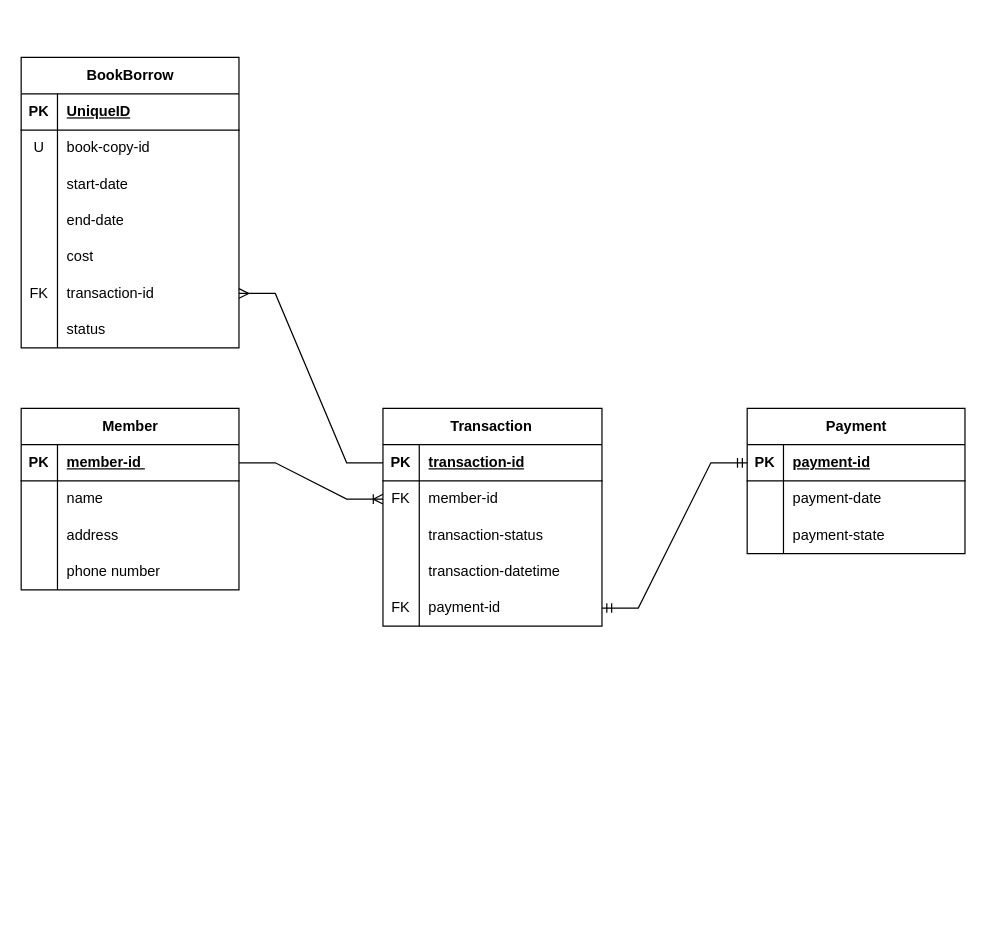
jprajwal/library-management-system keeps this draw.io diagram as page "book-lending-entity-relationship-diagram" (4 of 7) of library-management-system.drawio. Above is the earlier version. Source tidied: cells renumbered, new cells numbered last; positions are measured from the earlier drawing's top-left corner, leaving out a move shared by most shapes. Both pictures are drawn from the tidied source at 121%, with x=0, y=0 at pixel (21, 57).
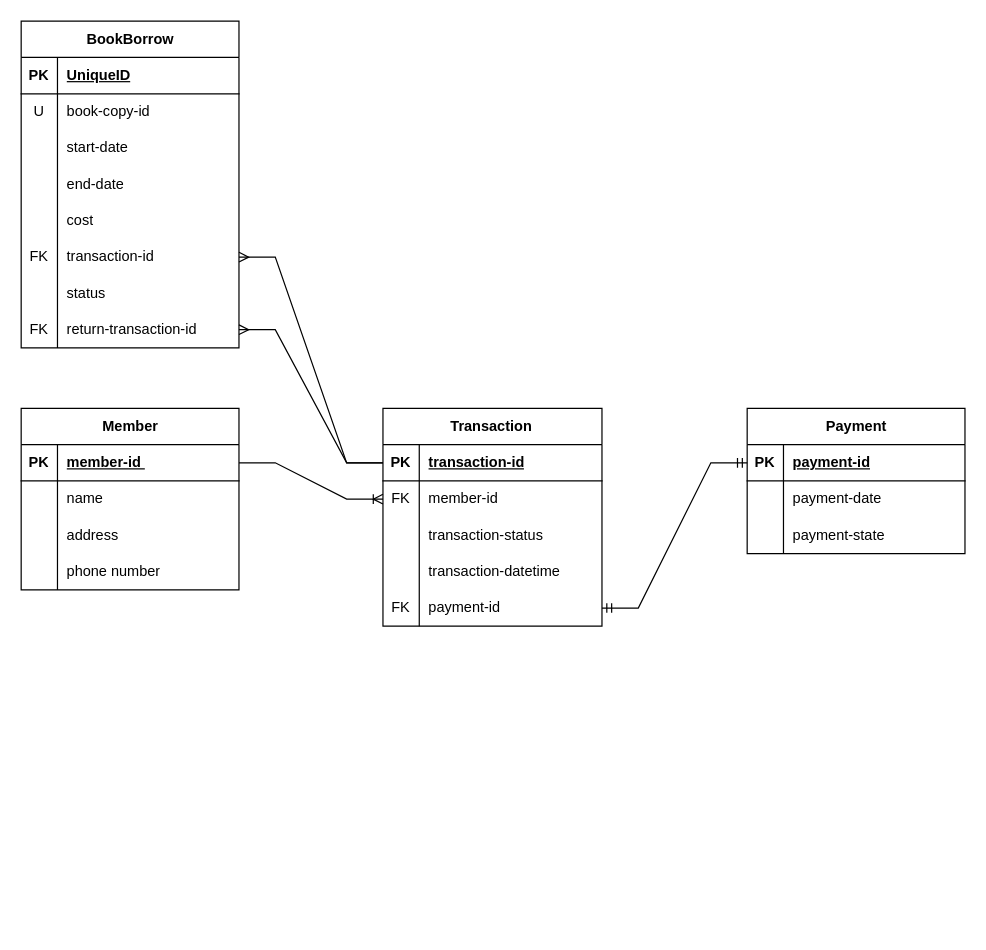
Above is the later version.

Commit message (it also covers changes not shown here):
implementation of book return workflow

The change refers to these unchanged cells:
```xml
<mxCell id="16" style="shape=tableRow;horizontal=0;startSize=0;swimlaneHead=0;swimlaneBody=0;fillColor=none;points=[[0,0.5],[1,0.5]];portConstraint=eastwest;top=0;left=0;right=0;bottom=1;" parent="15" vertex="1">
  <mxGeometry y="30" width="181" height="30" as="geometry" />
</mxCell>
```

The edit, as a diff of the source:
```diff
@@
     <mxCell id="43" value="BookBorrow" style="shape=table;startSize=30;childLayout=tableLayout;rowLines=0;fontStyle=1;align=center;html=1;" parent="1" vertex="1">
-      <mxGeometry width="180" height="240" as="geometry" />
+      <mxGeometry y="-30" width="180" height="270" as="geometry" />
     </mxCell>
@@
+    <mxCell id="67" style="shape=tableRow;horizontal=0;startSize=0;swimlaneHead=0;swimlaneBody=0;fillColor=none;points=[[0,0.5],[1,0.5]];portConstraint=eastwest;top=0;left=0;right=0;bottom=0;" parent="43" vertex="1">
+      <mxGeometry y="240" width="180" height="30" as="geometry" />
+    </mxCell>
+    <mxCell id="68" value="FK" style="shape=partialRectangle;fillColor=none;top=0;left=0;bottom=0;right=0;overflow=hidden;whiteSpace=wrap;html=1;" parent="67" vertex="1">
+      <mxGeometry width="30" height="30" as="geometry" />
+    </mxCell>
+    <mxCell id="69" value="return-transaction-id" style="shape=partialRectangle;fillColor=none;top=0;left=0;bottom=0;right=0;align=left;spacingLeft=6;overflow=hidden;whiteSpace=wrap;html=1;" parent="67" vertex="1">
+      <mxGeometry x="30" width="150" height="30" as="geometry" />
+    </mxCell>
@@
+    <mxCell id="70" style="edgeStyle=entityRelationEdgeStyle;fontSize=12;html=1;endArrow=ERmany;rounded=0;entryX=1;entryY=0.5;entryDx=0;entryDy=0;exitX=0;exitY=0.5;exitDx=0;exitDy=0;" parent="1" edge="1" source="16" target="67">
+      <mxGeometry relative="1" as="geometry" />
+    </mxCell>
```
